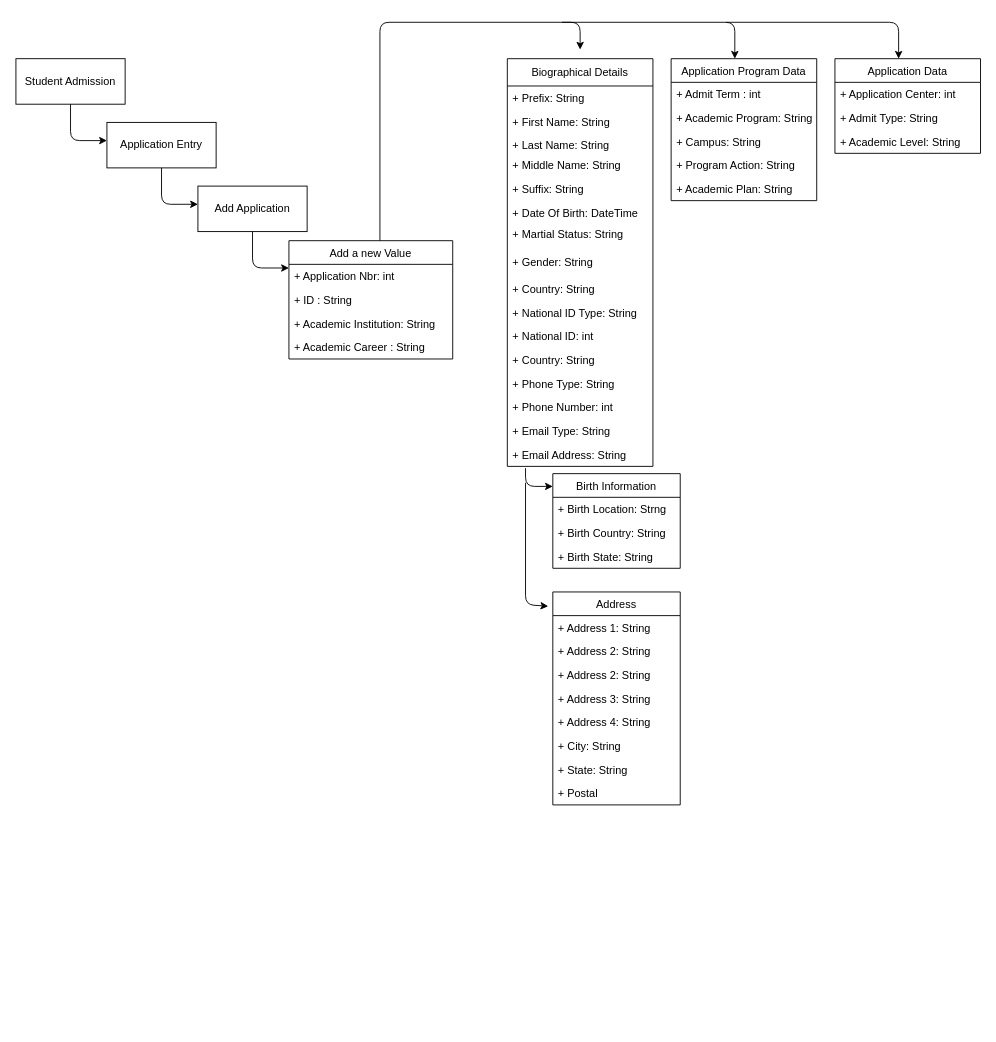
Above: Untitled Diagram.drawio in masterdeans/danidean (draw.io), before the change. Source tidied: cells renumbered, new cells numbered last; positions are measured from the earlier drawing's top-left corner, leaving out a move shared by most shapes. Both pictures are drawn from the tidied source at 91%, with x=0, y=0 at pixel (15, 22).
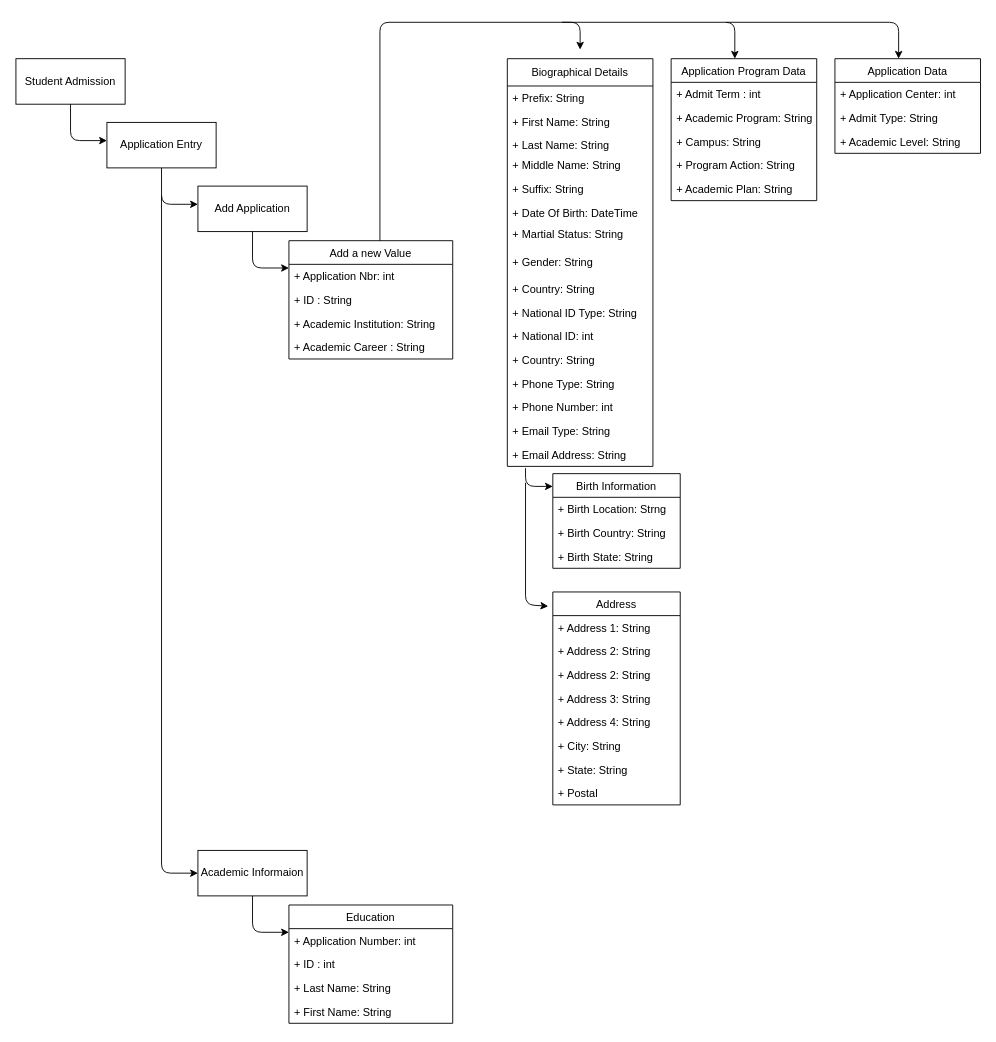
After the change.

What changed in the source:
```diff
@@
+    <mxCell id="58" style="endArrow=classic;html=1;entryX=0;entryY=0.5;entryDx=0;entryDy=0;" parent="1" edge="1" target="59">
+      <mxGeometry relative="1" as="geometry">
+        <mxPoint x="160" y="190" as="sourcePoint" />
+        <Array as="points">
+          <mxPoint x="160" y="935" />
+        </Array>
+      </mxGeometry>
+    </mxCell>
+    <mxCell id="59" value="Academic Informaion" style="rounded=0;whiteSpace=wrap;html=1;" parent="1" vertex="1">
+      <mxGeometry x="200" y="910" width="120" height="50" as="geometry" />
+    </mxCell>
+    <mxCell id="60" style="endArrow=classic;html=1;exitX=0.5;exitY=1;exitDx=0;exitDy=0;" parent="1" edge="1">
+      <mxGeometry relative="1" as="geometry">
+        <mxPoint x="260" y="960" as="sourcePoint" />
+        <mxPoint x="300" y="1000" as="targetPoint" />
+        <Array as="points">
+          <mxPoint x="260" y="1000" />
+        </Array>
+      </mxGeometry>
+    </mxCell>
+    <mxCell id="61" value="Education" style="swimlane;fontStyle=0;horizontal=1;startSize=26;fillColor=none;" parent="1" vertex="1">
+      <mxGeometry x="300" y="970" width="180" height="130" as="geometry" />
+    </mxCell>
+    <mxCell id="62" value="+ Application Number: int" style="text;strokeColor=none;fillColor=none;align=left;verticalAlign=top;spacingLeft=4;spacingRight=4;overflow=hidden;" parent="61" vertex="1">
+      <mxGeometry y="26" width="180" height="26" as="geometry" />
+    </mxCell>
+    <mxCell id="63" value="+ ID : int" style="text;strokeColor=none;fillColor=none;align=left;verticalAlign=top;spacingLeft=4;spacingRight=4;overflow=hidden;" parent="61" vertex="1">
+      <mxGeometry y="52" width="180" height="26" as="geometry" />
+    </mxCell>
+    <mxCell id="64" value="+ Last Name: String" style="text;strokeColor=none;fillColor=none;align=left;verticalAlign=top;spacingLeft=4;spacingRight=4;overflow=hidden;" parent="61" vertex="1">
+      <mxGeometry y="78" width="180" height="26" as="geometry" />
+    </mxCell>
+    <mxCell id="65" value="+ First Name: String" style="text;strokeColor=none;fillColor=none;align=left;verticalAlign=top;spacingLeft=4;spacingRight=4;overflow=hidden;" parent="61" vertex="1">
+      <mxGeometry y="104" width="180" height="26" as="geometry" />
+    </mxCell>
```
